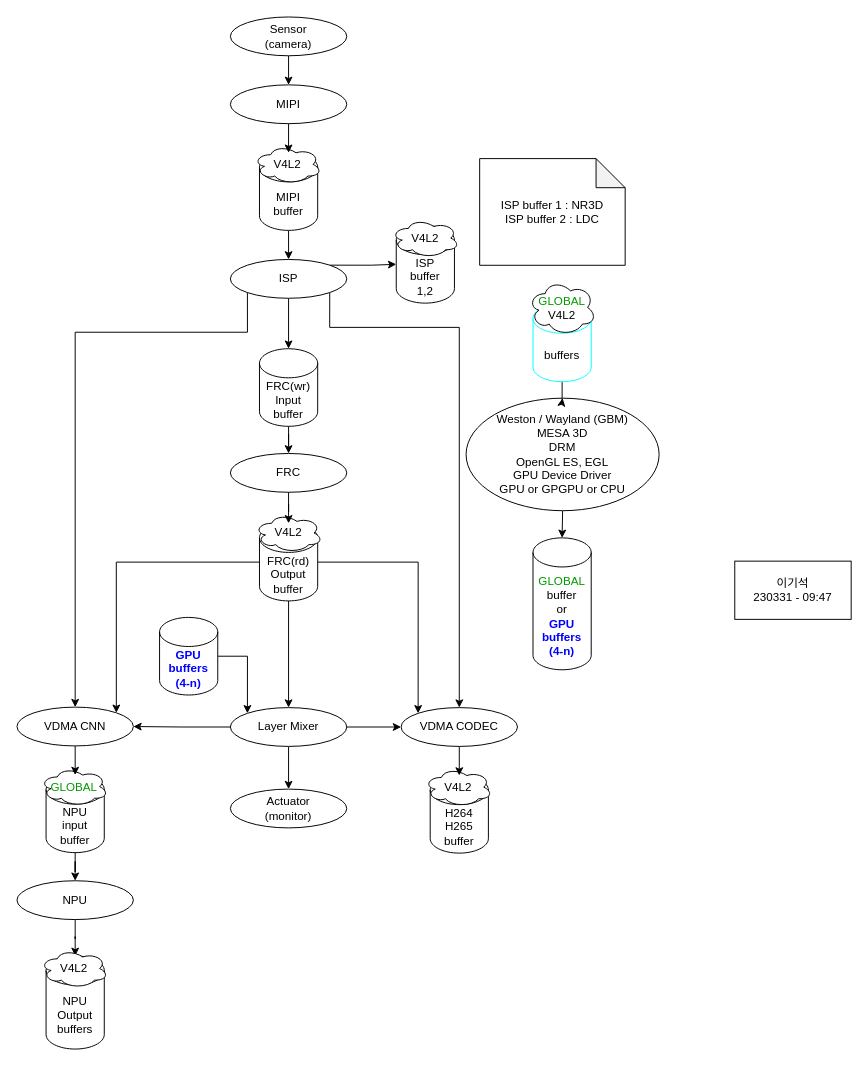
junehyuk-nc/draw keeps this draw.io diagram as data_stream.drawio. Above is the earlier version. Source tidied: cells renumbered, new cells numbered last; positions are measured from the earlier drawing's top-left corner, leaving out a move shared by most shapes. Both pictures are drawn from the tidied source at 97%, with x=0, y=0 at pixel (16, 16).
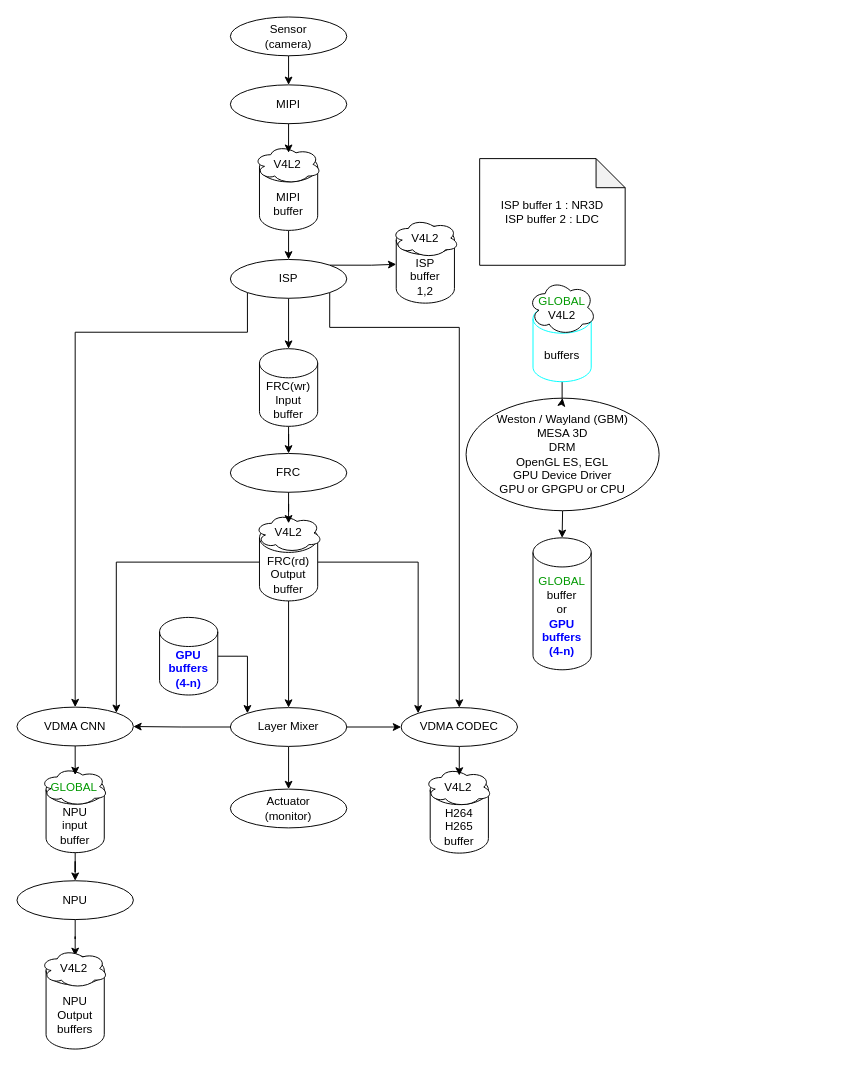
Above is the later version.

The edit, as a diff of the source:
```diff
@@
-    <mxCell id="52" value="이기석&lt;br&gt;230331 - 09:47" style="rounded=0;whiteSpace=wrap;html=1;" parent="1" vertex="1">
-      <mxGeometry x="740" y="561" width="120" height="60" as="geometry" />
-    </mxCell>
```
